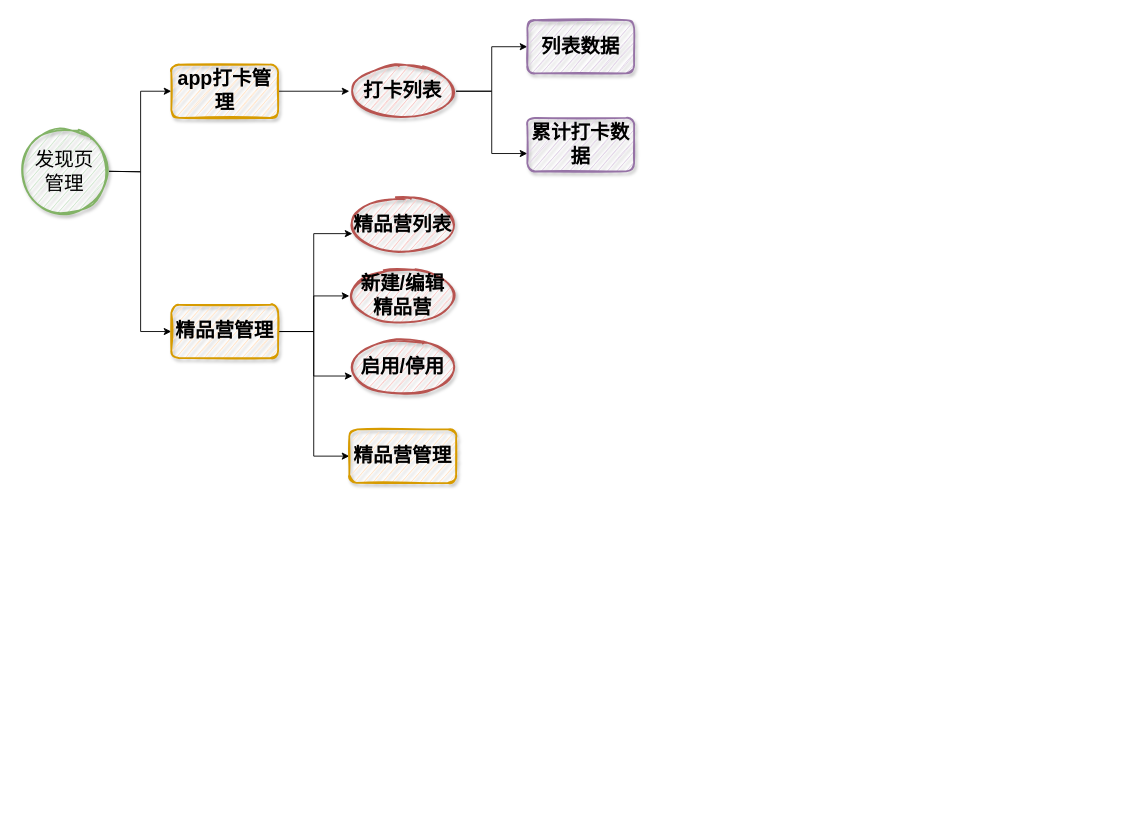
This is 570.drawio from me-Minion/draw, a draw.io file, before an edit. Source tidied: cells renumbered, new cells numbered last; positions are measured from the earlier drawing's top-left corner, leaving out a move shared by most shapes. Both pictures are drawn from the tidied source at 89%, with x=0, y=0 at pixel (20, 20).
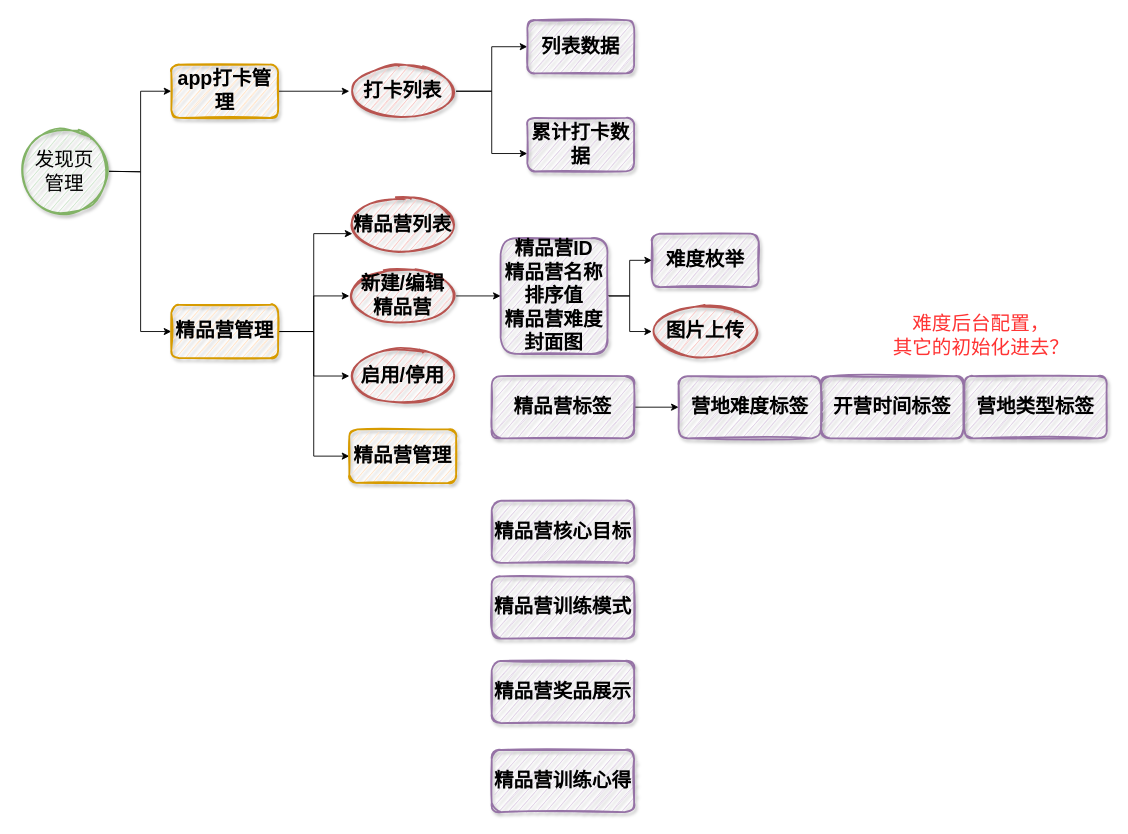
Above is the later version.

Unchanged cells that the change refers to:
```xml
<mxCell id="18" value="新建/编辑&lt;br&gt;精品营" style="ellipse;whiteSpace=wrap;html=1;fontSize=22;fillColor=#f8cecc;strokeColor=#b85450;rounded=1;strokeWidth=2;shadow=1;sketch=1;fontStyle=1;" parent="1" vertex="1">
  <mxGeometry x="370" y="280" width="120" height="60" as="geometry" />
</mxCell>
```

The edit, as a diff of the source:
```diff
@@
+    <mxCell id="21" style="edgeStyle=orthogonalEdgeStyle;rounded=0;jettySize=auto;html=1;exitX=1;exitY=0.5;exitDx=0;exitDy=0;fontSize=22;" parent="1" edge="1" source="18" target="24">
+      <mxGeometry relative="1" as="geometry" />
+    </mxCell>
@@
     <mxCell id="19" value="启用/停用" style="ellipse;whiteSpace=wrap;html=1;fontSize=22;fillColor=#f8cecc;strokeColor=#b85450;rounded=1;strokeWidth=2;shadow=1;sketch=1;fontStyle=1;" parent="1" vertex="1">
-      <mxGeometry x="370" y="360" width="120" height="60" as="geometry" />
+      <mxGeometry x="370" y="370" width="120" height="60" as="geometry" />
     </mxCell>
@@
+    <mxCell id="22" style="edgeStyle=orthogonalEdgeStyle;rounded=0;jettySize=auto;html=1;exitX=1;exitY=0.5;exitDx=0;exitDy=0;entryX=0;entryY=0.5;entryDx=0;entryDy=0;fontSize=22;" parent="1" edge="1" source="24" target="26">
+      <mxGeometry relative="1" as="geometry" />
+    </mxCell>
+    <mxCell id="23" style="edgeStyle=orthogonalEdgeStyle;rounded=0;jettySize=auto;html=1;exitX=1;exitY=0.5;exitDx=0;exitDy=0;entryX=0;entryY=0.5;entryDx=0;entryDy=0;fontSize=22;" parent="1" edge="1" source="24" target="25">
+      <mxGeometry relative="1" as="geometry" />
+    </mxCell>
+    <mxCell id="24" value="精品营ID&lt;br&gt;精品营名称&lt;br&gt;排序值&lt;br&gt;精品营难度&lt;br&gt;封面图" style="whiteSpace=wrap;html=1;fontSize=22;fillColor=#e1d5e7;strokeColor=#9673a6;rounded=1;strokeWidth=2;shadow=1;sketch=1;fontStyle=1;" parent="1" vertex="1">
+      <mxGeometry x="540" y="245" width="120" height="130" as="geometry" />
+    </mxCell>
+    <mxCell id="25" value="图片上传" style="ellipse;whiteSpace=wrap;html=1;fontSize=22;fillColor=#f8cecc;strokeColor=#b85450;rounded=1;strokeWidth=2;shadow=1;sketch=1;fontStyle=1;" parent="1" vertex="1">
+      <mxGeometry x="710" y="320" width="120" height="60" as="geometry" />
+    </mxCell>
+    <mxCell id="26" value="难度枚举" style="whiteSpace=wrap;html=1;fontSize=22;fillColor=#e1d5e7;strokeColor=#9673a6;rounded=1;strokeWidth=2;shadow=1;sketch=1;fontStyle=1;" parent="1" vertex="1">
+      <mxGeometry x="710" y="240" width="120" height="60" as="geometry" />
+    </mxCell>
+    <mxCell id="27" value="精品营核心目标" style="whiteSpace=wrap;html=1;fontSize=22;fillColor=#e1d5e7;strokeColor=#9673a6;rounded=1;strokeWidth=2;shadow=1;sketch=1;fontStyle=1;" parent="1" vertex="1">
+      <mxGeometry x="530" y="540" width="160" height="70" as="geometry" />
+    </mxCell>
+    <mxCell id="28" value="精品营训练模式" style="whiteSpace=wrap;html=1;fontSize=22;fillColor=#e1d5e7;strokeColor=#9673a6;rounded=1;strokeWidth=2;shadow=1;sketch=1;fontStyle=1;" parent="1" vertex="1">
+      <mxGeometry x="530" y="625" width="160" height="70" as="geometry" />
+    </mxCell>
+    <mxCell id="29" value="精品营奖品展示" style="whiteSpace=wrap;html=1;fontSize=22;fillColor=#e1d5e7;strokeColor=#9673a6;rounded=1;strokeWidth=2;shadow=1;sketch=1;fontStyle=1;" parent="1" vertex="1">
+      <mxGeometry x="530" y="720" width="160" height="70" as="geometry" />
+    </mxCell>
+    <mxCell id="30" value="精品营训练心得" style="whiteSpace=wrap;html=1;fontSize=22;fillColor=#e1d5e7;strokeColor=#9673a6;rounded=1;strokeWidth=2;shadow=1;sketch=1;fontStyle=1;" parent="1" vertex="1">
+      <mxGeometry x="530" y="820" width="160" height="70" as="geometry" />
+    </mxCell>
+    <mxCell id="31" style="edgeStyle=orthogonalEdgeStyle;rounded=0;jettySize=auto;html=1;fontSize=22;" parent="1" edge="1" source="32" target="33">
+      <mxGeometry relative="1" as="geometry" />
+    </mxCell>
+    <mxCell id="32" value="精品营标签" style="whiteSpace=wrap;html=1;fontSize=22;fillColor=#e1d5e7;strokeColor=#9673a6;rounded=1;strokeWidth=2;shadow=1;sketch=1;fontStyle=1;" parent="1" vertex="1">
+      <mxGeometry x="530" y="400" width="160" height="70" as="geometry" />
+    </mxCell>
+    <mxCell id="33" value="营地难度标签" style="whiteSpace=wrap;html=1;fontSize=22;fillColor=#e1d5e7;strokeColor=#9673a6;rounded=1;strokeWidth=2;shadow=1;sketch=1;fontStyle=1;" parent="1" vertex="1">
+      <mxGeometry x="740" y="400" width="160" height="70" as="geometry" />
+    </mxCell>
+    <mxCell id="34" value="开营时间标签" style="whiteSpace=wrap;html=1;fontSize=22;fillColor=#e1d5e7;strokeColor=#9673a6;rounded=1;strokeWidth=2;shadow=1;sketch=1;fontStyle=1;" parent="1" vertex="1">
+      <mxGeometry x="900" y="400" width="160" height="70" as="geometry" />
+    </mxCell>
+    <mxCell id="35" value="营地类型标签" style="whiteSpace=wrap;html=1;fontSize=22;fillColor=#e1d5e7;strokeColor=#9673a6;rounded=1;strokeWidth=2;shadow=1;sketch=1;fontStyle=1;" parent="1" vertex="1">
+      <mxGeometry x="1061" y="400" width="160" height="70" as="geometry" />
+    </mxCell>
+    <mxCell id="36" value="&lt;font color=&quot;#ff3333&quot;&gt;难度后台配置，&lt;br&gt;其它的初始化进去？&lt;/font&gt;" style="text;html=1;strokeColor=none;fillColor=none;align=center;verticalAlign=middle;whiteSpace=wrap;rounded=0;shadow=1;sketch=1;fontSize=22;" parent="1" vertex="1">
+      <mxGeometry x="970" y="350" width="220" height="10" as="geometry" />
+    </mxCell>
```
